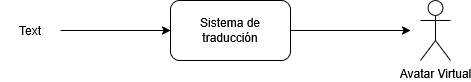
IvanSMMA/TT1_Document keeps this draw.io diagram as Images/Cap 1/diacajanegra.png. Above is the earlier version. Source tidied: cells renumbered, new cells last; positions are measured from the earlier drawing's top-left corner, leaving out a move shared by most shapes.
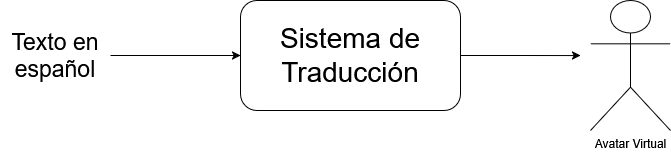
The same file after the commit.

The edit, as a diff of the source:
```diff
@@ -2,22 +2,22 @@
   <root>
     <mxCell id="0" />
     <mxCell id="1" parent="0" />
+    <mxCell id="7" style="edgeStyle=orthogonalEdgeStyle;rounded=0;jettySize=auto;html=1;exitX=1;exitY=0.5;exitDx=0;exitDy=0;" parent="1" edge="1" source="8">
+      <mxGeometry relative="1" as="geometry">
+        <mxPoint x="410" y="55.1" as="targetPoint" />
+      </mxGeometry>
+    </mxCell>
+    <mxCell id="8" value="&lt;font style=&quot;font-size: 28px;&quot;&gt;Sistema de Traducción&lt;/font&gt;" style="rounded=1;whiteSpace=wrap;html=1;" parent="1" vertex="1">
+      <mxGeometry x="70" width="220" height="110" as="geometry" />
+    </mxCell>
+    <mxCell id="9" style="edgeStyle=orthogonalEdgeStyle;rounded=0;jettySize=auto;html=1;exitX=1;exitY=0.5;exitDx=0;exitDy=0;entryX=0;entryY=0.5;entryDx=0;entryDy=0;" parent="1" edge="1" source="10" target="8">
+      <mxGeometry relative="1" as="geometry" />
+    </mxCell>
+    <mxCell id="10" value="Texto en español" style="text;html=1;align=center;verticalAlign=middle;whiteSpace=wrap;rounded=0;fontSize=23;" parent="1" vertex="1">
+      <mxGeometry x="-170" y="40" width="110" height="30" as="geometry" />
+    </mxCell>
     <mxCell id="2" value="Avatar Virtual" style="shape=umlActor;verticalLabelPosition=bottom;verticalAlign=top;html=1;" parent="1" vertex="1">
-      <mxGeometry x="420" width="30" height="60" as="geometry" />
+      <mxGeometry x="420" width="80" height="130" as="geometry" />
     </mxCell>
-    <mxCell id="3" style="edgeStyle=orthogonalEdgeStyle;rounded=0;jettySize=auto;html=1;exitX=1;exitY=0.5;exitDx=0;exitDy=0;" parent="1" edge="1" source="4">
-      <mxGeometry relative="1" as="geometry">
-        <mxPoint x="410" y="30" as="targetPoint" />
-      </mxGeometry>
-    </mxCell>
-    <mxCell id="4" value="Sistema de traducción" style="rounded=1;whiteSpace=wrap;html=1;" parent="1" vertex="1">
-      <mxGeometry x="170" width="120" height="60" as="geometry" />
-    </mxCell>
-    <mxCell id="5" style="edgeStyle=orthogonalEdgeStyle;rounded=0;jettySize=auto;html=1;exitX=1;exitY=0.5;exitDx=0;exitDy=0;entryX=0;entryY=0.5;entryDx=0;entryDy=0;" parent="1" edge="1" source="6" target="4">
-      <mxGeometry relative="1" as="geometry" />
-    </mxCell>
-    <mxCell id="6" value="Text" style="text;html=1;align=center;verticalAlign=middle;whiteSpace=wrap;rounded=0;" parent="1" vertex="1">
-      <mxGeometry y="15" width="60" height="30" as="geometry" />
-    </mxCell>
   </root>
 </mxGraphModel>
```
